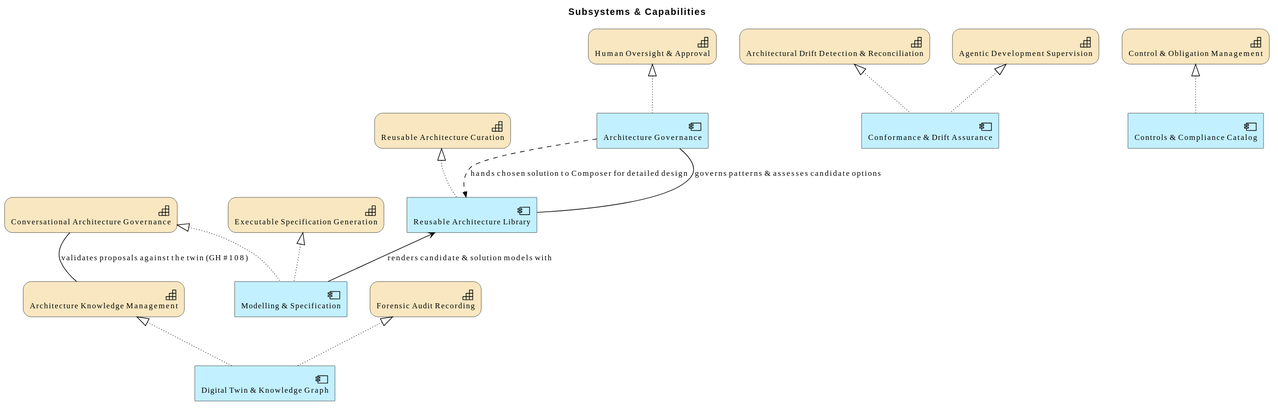
Earlier version of the PlantUML export architecture/model/diagrams/layered/subsystem-capabilities.svg (wolffy-au/frictionless-architect).
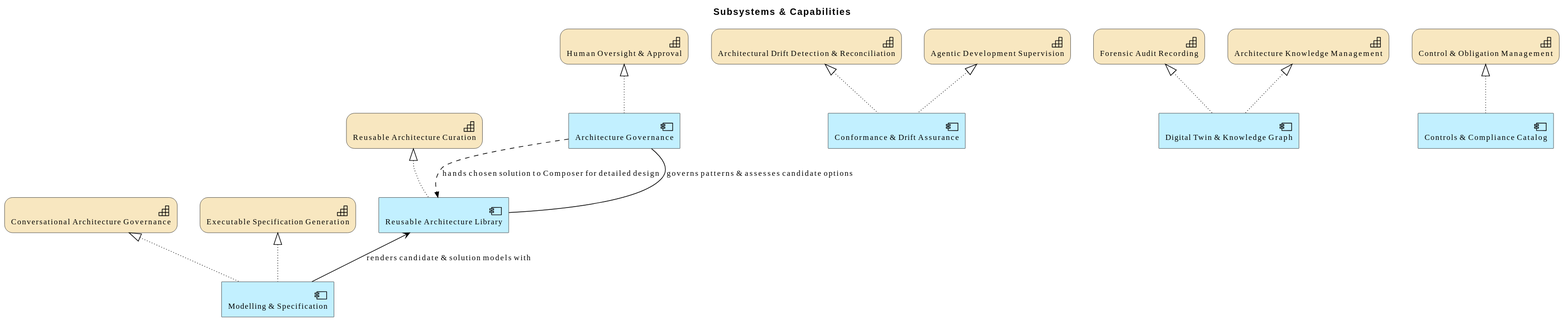
The same diagram one commit later.

Diff of the diagram source:
```diff
@@ -19,7 +19,6 @@
 Application_Component(e_id492c882252a953, "Conformance & Drift Assurance")
 Application_Component(e_id82f04fecbdd85e, "Modelling & Specification")
 
-Rel_Association(e_id6c60f4feb89058, e_id18ec07397a9d5f, "validates proposals against the twin (GH #108)")
 Rel_Realization_Up(e_ide4bef3733af65a, e_id72468b5b403450, "")
 Rel_Realization_Up(e_id3b0beba52b5a5c, e_id752d1de3794f5f, "")
 Rel_Realization_Up(e_id3da203d482f955, e_id18ec07397a9d5f, "")
```
